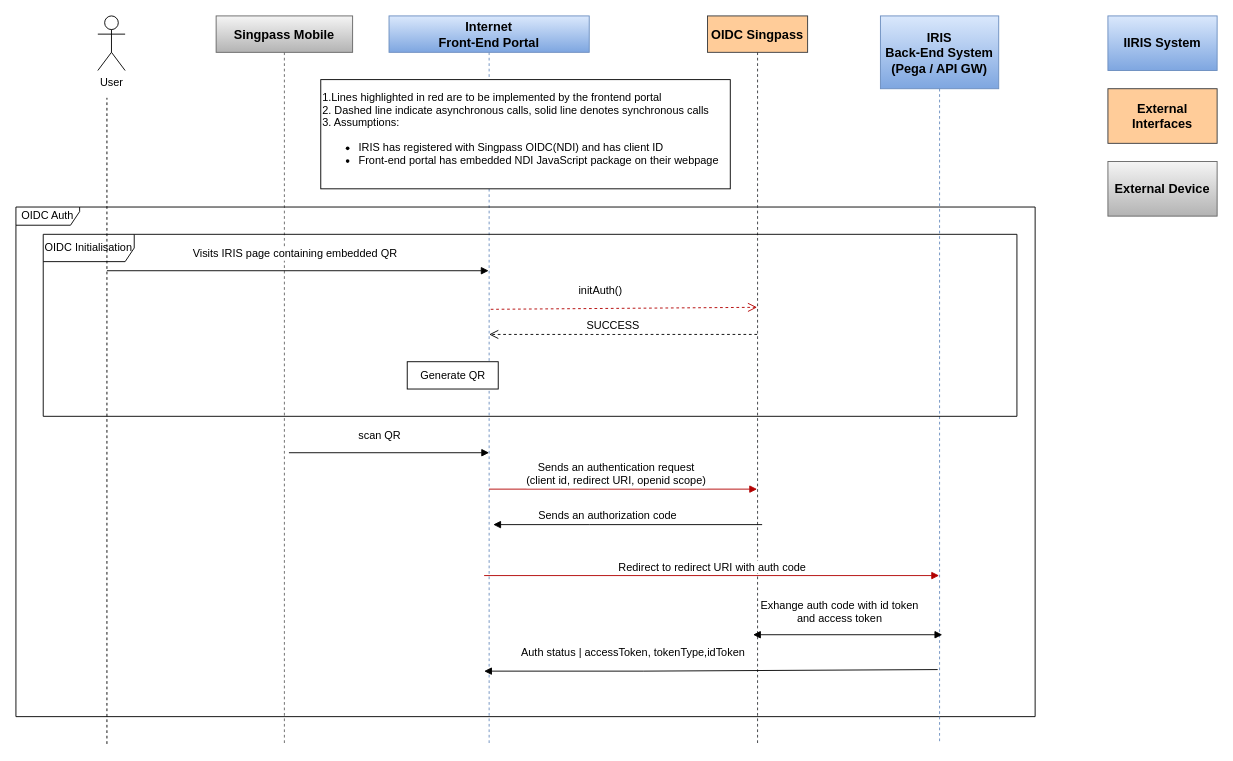
The draw.io diagram updated auth flow.drawio in RachelGnanaraj/app.diagrams, before the edit. Source tidied: cells renumbered, new cells numbered last; positions are measured from the earlier drawing's top-left corner, leaving out a move shared by most shapes. Both pictures are drawn from the tidied source at 91%, with x=0, y=0 at pixel (15, 15).
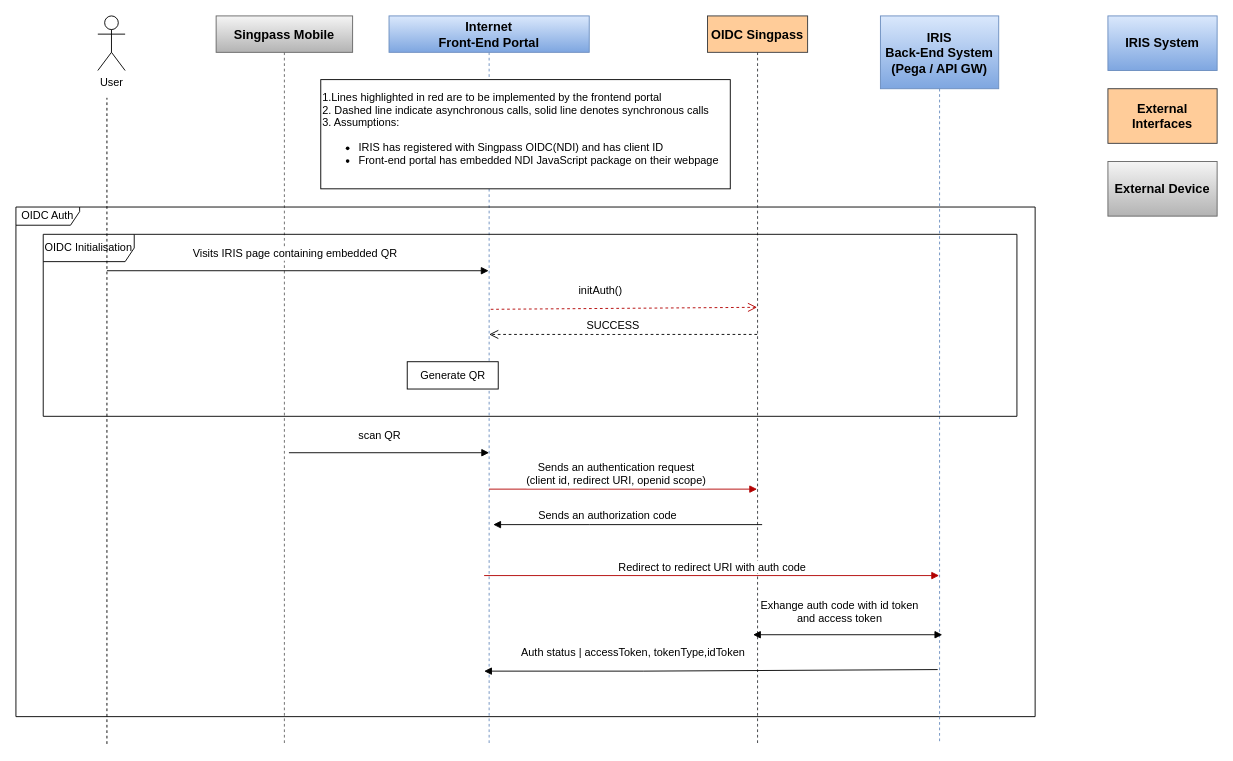
The same page after the edit.

Diff of the diagram source:
```diff
@@
-    <mxCell id="21" value="&lt;font style=&quot;font-size: 14px;&quot;&gt;&lt;b&gt;IIRIS System&lt;/b&gt;&lt;/font&gt;" style="rounded=0;whiteSpace=wrap;html=1;fontSize=12;fillColor=#dae8fc;gradientColor=#7ea6e0;strokeColor=#6c8ebf;" parent="1" vertex="1">
+    <mxCell id="21" value="&lt;font style=&quot;font-size: 14px;&quot;&gt;&lt;b&gt;IRIS System&lt;/b&gt;&lt;/font&gt;" style="rounded=0;whiteSpace=wrap;html=1;fontSize=12;fillColor=#dae8fc;gradientColor=#7ea6e0;strokeColor=#6c8ebf;" parent="1" vertex="1">
       <mxGeometry x="1200" width="120" height="60" as="geometry" />
     </mxCell>
```
